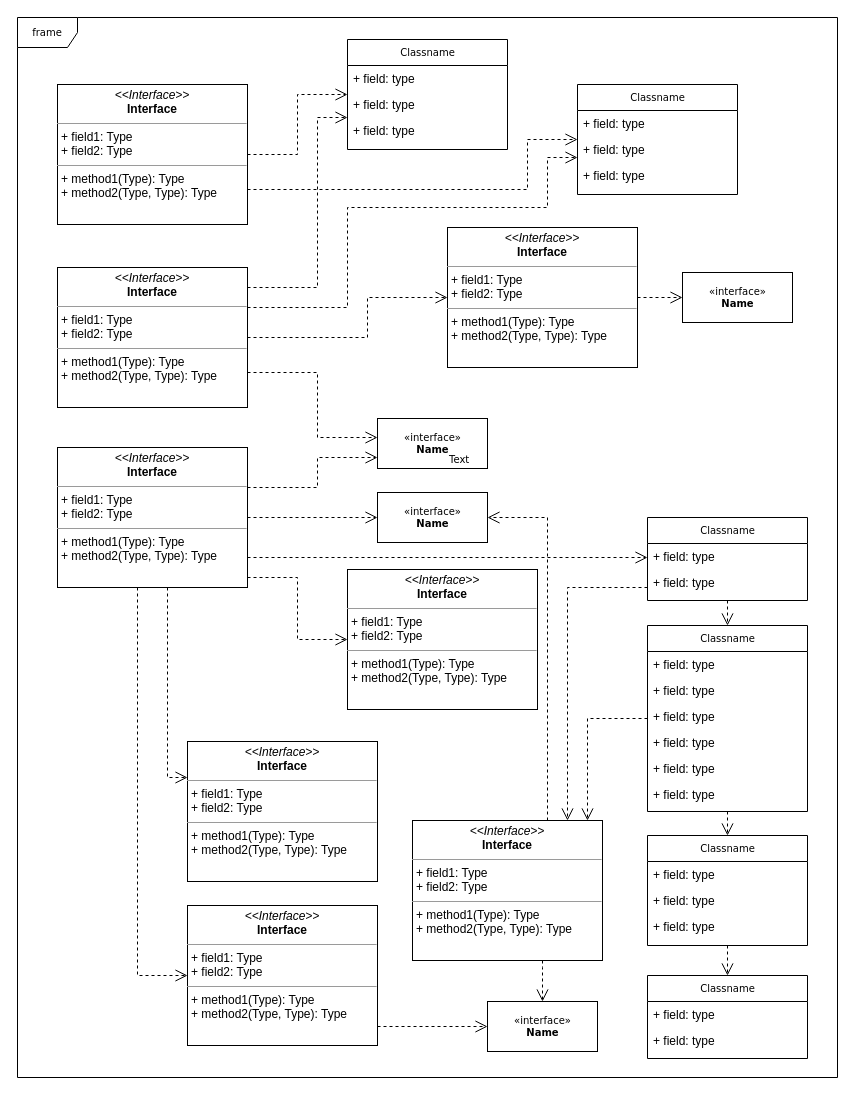
This is Untitled Diagram.drawio from chenqx33/diagrams, a draw.io file, before an edit. Source tidied: cells renumbered, new cells numbered last; positions are measured from the earlier drawing's top-left corner, leaving out a move shared by most shapes. Both pictures are drawn from the tidied source at 100%, with x=0, y=0 at pixel (17, 17).
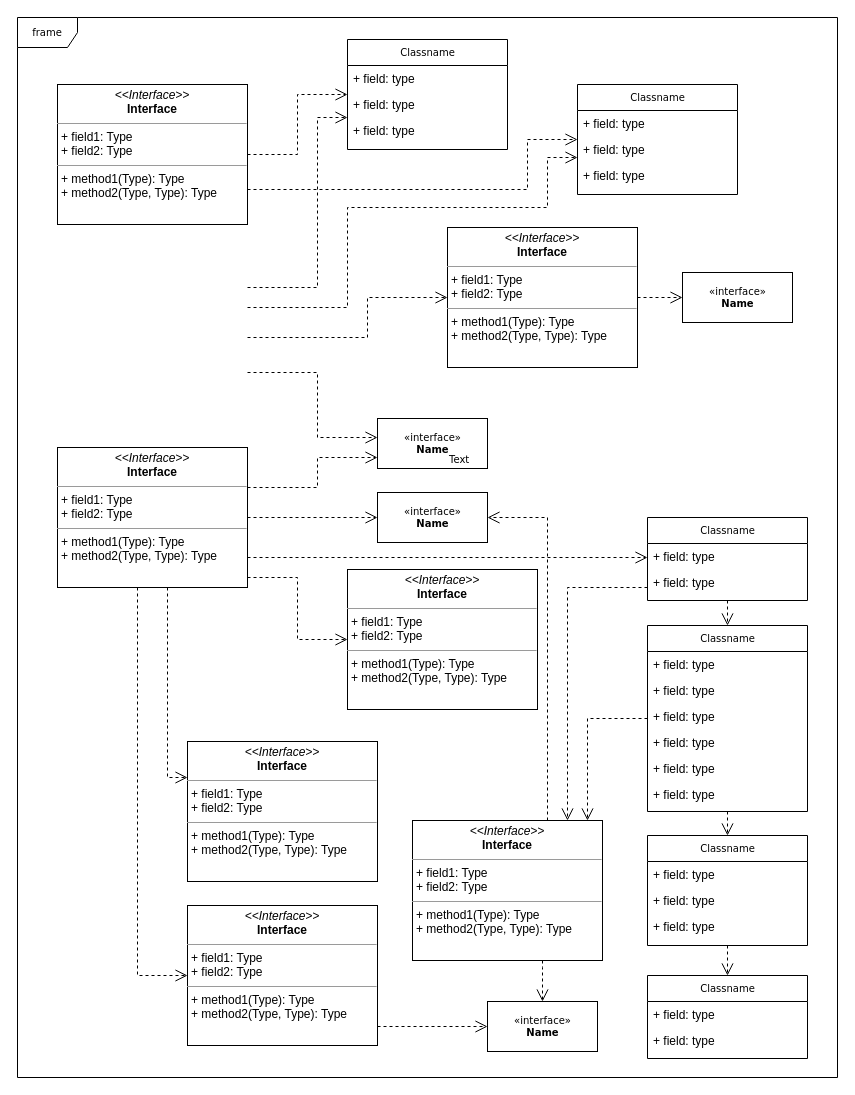
The same diagram, later.

The change refers to these unchanged cells:
```xml
<mxCell id="12" value="Classname" style="swimlane;html=1;fontStyle=0;horizontal=1;startSize=26;fillColor=none;swimlaneFillColor=#ffffff;rounded=0;shadow=0;comic=0;labelBackgroundColor=none;strokeWidth=1;fontFamily=Verdana;fontSize=10;align=center;" parent="1" vertex="1">
  <mxGeometry x="330" y="22" width="160" height="110" as="geometry" />
</mxCell>
<mxCell id="16" value="Classname" style="swimlane;html=1;fontStyle=0;horizontal=1;startSize=26;fillColor=none;swimlaneFillColor=#ffffff;rounded=0;shadow=0;comic=0;labelBackgroundColor=none;strokeWidth=1;fontFamily=Verdana;fontSize=10;align=center;" parent="1" vertex="1">
  <mxGeometry x="560" y="67" width="160" height="110" as="geometry" />
</mxCell>
<mxCell id="41" value="&amp;laquo;interface&amp;raquo;&lt;br&gt;&lt;b&gt;Name&lt;/b&gt;" style="html=1;rounded=0;shadow=0;comic=0;labelBackgroundColor=none;strokeWidth=1;fontFamily=Verdana;fontSize=10;align=center;" parent="1" vertex="1">
  <mxGeometry x="360" y="401" width="110" height="50" as="geometry" />
</mxCell>
<mxCell id="43" value="&lt;p style=&quot;margin:0px;margin-top:4px;text-align:center;&quot;&gt;&lt;i&gt;&amp;lt;&amp;lt;Interface&amp;gt;&amp;gt;&lt;/i&gt;&lt;br/&gt;&lt;b&gt;Interface&lt;/b&gt;&lt;/p&gt;&lt;hr size=&quot;1&quot;/&gt;&lt;p style=&quot;margin:0px;margin-left:4px;&quot;&gt;+ field1: Type&lt;br/&gt;+ field2: Type&lt;/p&gt;&lt;hr size=&quot;1&quot;/&gt;&lt;p style=&quot;margin:0px;margin-left:4px;&quot;&gt;+ method1(Type): Type&lt;br/&gt;+ method2(Type, Type): Type&lt;/p&gt;" style="verticalAlign=top;align=left;overflow=fill;fontSize=12;fontFamily=Helvetica;html=1;rounded=0;shadow=0;comic=0;labelBackgroundColor=none;strokeWidth=1;" parent="1" vertex="1">
  <mxGeometry x="430" y="210" width="190" height="140" as="geometry" />
</mxCell>
```

The edit, as a diff of the source:
```diff
@@
-    <mxCell id="49" style="edgeStyle=orthogonalEdgeStyle;rounded=0;html=1;dashed=1;labelBackgroundColor=none;startFill=0;endArrow=open;endFill=0;endSize=10;fontFamily=Verdana;fontSize=10;" parent="1" edge="1" source="53" target="12">
+    <mxCell id="49" style="edgeStyle=orthogonalEdgeStyle;rounded=0;html=1;dashed=1;labelBackgroundColor=none;startFill=0;endArrow=open;endFill=0;endSize=10;fontFamily=Verdana;fontSize=10;" parent="1" edge="1" target="12">
       <mxGeometry relative="1" as="geometry">
+        <mxPoint x="230" y="270" as="sourcePoint" />
         <Array as="points">
           <mxPoint x="300" y="270" />
           <mxPoint x="300" y="100" />
         </Array>
       </mxGeometry>
     </mxCell>
-    <mxCell id="50" style="edgeStyle=orthogonalEdgeStyle;rounded=0;html=1;dashed=1;labelBackgroundColor=none;startFill=0;endArrow=open;endFill=0;endSize=10;fontFamily=Verdana;fontSize=10;" parent="1" edge="1" source="53" target="16">
+    <mxCell id="50" style="edgeStyle=orthogonalEdgeStyle;rounded=0;html=1;dashed=1;labelBackgroundColor=none;startFill=0;endArrow=open;endFill=0;endSize=10;fontFamily=Verdana;fontSize=10;" parent="1" edge="1" target="16">
       <mxGeometry relative="1" as="geometry">
+        <mxPoint x="230" y="290" as="sourcePoint" />
         <Array as="points">
           <mxPoint x="330" y="290" />
           <mxPoint x="330" y="190" />
           <mxPoint x="530" y="190" />
           <mxPoint x="530" y="140" />
         </Array>
       </mxGeometry>
     </mxCell>
-    <mxCell id="51" style="edgeStyle=orthogonalEdgeStyle;rounded=0;html=1;dashed=1;labelBackgroundColor=none;startFill=0;endArrow=open;endFill=0;endSize=10;fontFamily=Verdana;fontSize=10;" parent="1" edge="1" source="53" target="43">
+    <mxCell id="51" style="edgeStyle=orthogonalEdgeStyle;rounded=0;html=1;dashed=1;labelBackgroundColor=none;startFill=0;endArrow=open;endFill=0;endSize=10;fontFamily=Verdana;fontSize=10;" parent="1" edge="1" target="43">
       <mxGeometry relative="1" as="geometry">
+        <mxPoint x="230" y="320" as="sourcePoint" />
         <Array as="points">
           <mxPoint x="350" y="320" />
           <mxPoint x="350" y="280" />
         </Array>
       </mxGeometry>
     </mxCell>
-    <mxCell id="52" style="edgeStyle=orthogonalEdgeStyle;rounded=0;html=1;exitX=1;exitY=0.75;dashed=1;labelBackgroundColor=none;startFill=0;endArrow=open;endFill=0;endSize=10;fontFamily=Verdana;fontSize=10;" parent="1" edge="1" source="53" target="41">
+    <mxCell id="52" style="edgeStyle=orthogonalEdgeStyle;rounded=0;html=1;exitX=1;exitY=0.75;dashed=1;labelBackgroundColor=none;startFill=0;endArrow=open;endFill=0;endSize=10;fontFamily=Verdana;fontSize=10;" parent="1" edge="1" target="41">
       <mxGeometry relative="1" as="geometry">
+        <mxPoint x="230" y="355" as="sourcePoint" />
         <Array as="points">
           <mxPoint x="300" y="355" />
           <mxPoint x="300" y="420" />
         </Array>
       </mxGeometry>
     </mxCell>
-    <mxCell id="53" value="&lt;p style=&quot;margin:0px;margin-top:4px;text-align:center;&quot;&gt;&lt;i&gt;&amp;lt;&amp;lt;Interface&amp;gt;&amp;gt;&lt;/i&gt;&lt;br/&gt;&lt;b&gt;Interface&lt;/b&gt;&lt;/p&gt;&lt;hr size=&quot;1&quot;/&gt;&lt;p style=&quot;margin:0px;margin-left:4px;&quot;&gt;+ field1: Type&lt;br/&gt;+ field2: Type&lt;/p&gt;&lt;hr size=&quot;1&quot;/&gt;&lt;p style=&quot;margin:0px;margin-left:4px;&quot;&gt;+ method1(Type): Type&lt;br/&gt;+ method2(Type, Type): Type&lt;/p&gt;" style="verticalAlign=top;align=left;overflow=fill;fontSize=12;fontFamily=Helvetica;html=1;rounded=0;shadow=0;comic=0;labelBackgroundColor=none;strokeWidth=1;" parent="1" vertex="1">
-      <mxGeometry x="40" y="250" width="190" height="140" as="geometry" />
-    </mxCell>
```
